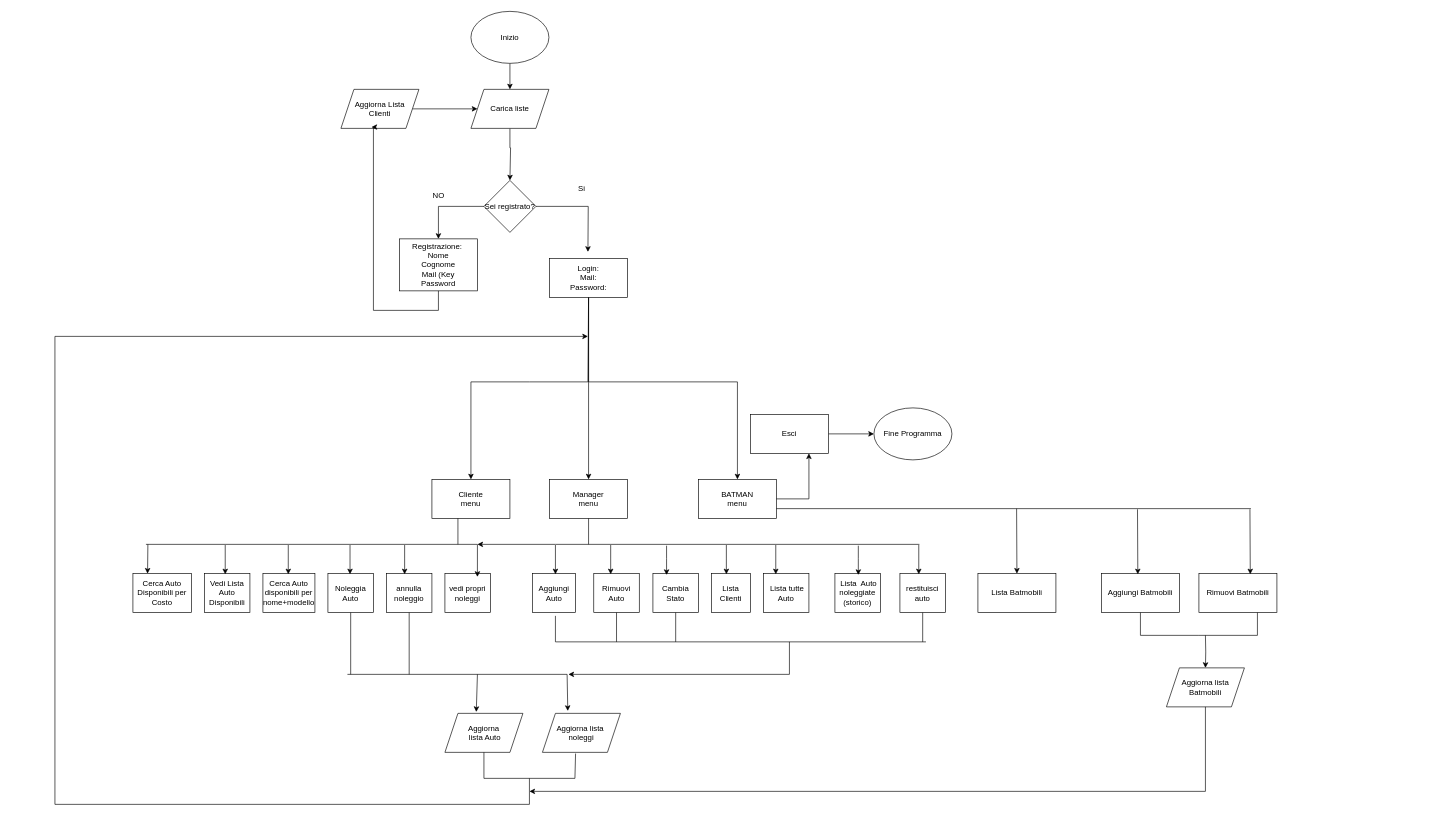
The draw.io diagram Diagramma senza titolo.drawio in Giulio-1983/Autonoleggio, before the edit. Source tidied: cells renumbered, new cells numbered last; positions are measured from the earlier drawing's top-left corner, leaving out a move shared by most shapes. Both pictures are drawn from the tidied source at 65%, with x=0, y=0 at pixel (55, 11).
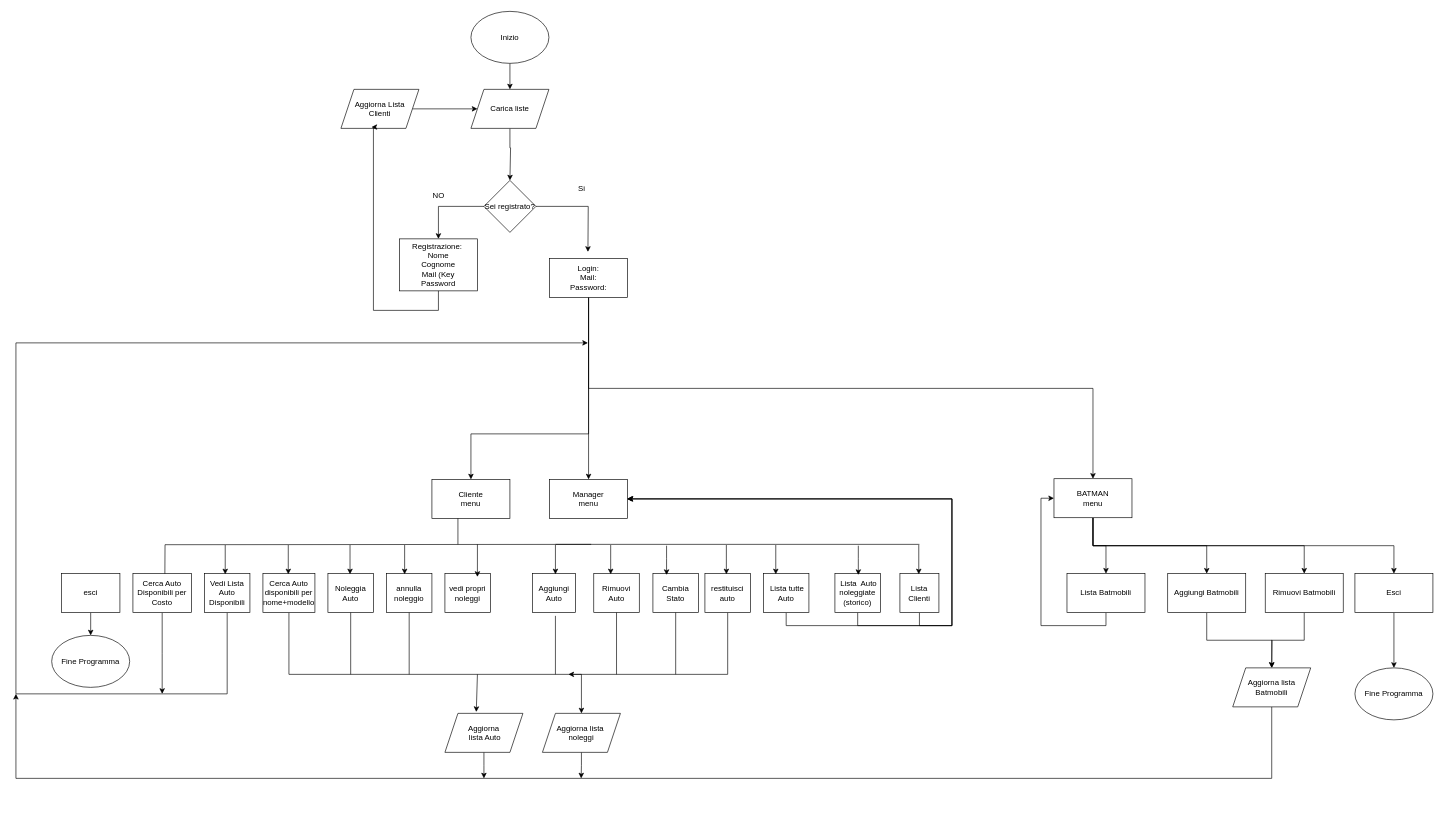
The same diagram, later.

Unchanged cells that the change refers to:
```xml
<mxCell id="12" value="Login:&lt;div&gt;Mail:&lt;/div&gt;&lt;div&gt;Password:&lt;/div&gt;" style="rounded=0;whiteSpace=wrap;html=1;" parent="1" vertex="1">
  <mxGeometry x="761" y="380" width="120" height="60" as="geometry" />
</mxCell>
<mxCell id="13" value="Cliente&lt;div&gt;menu&lt;/div&gt;" style="rounded=0;whiteSpace=wrap;html=1;" parent="1" vertex="1">
  <mxGeometry x="580" y="720" width="120" height="60" as="geometry" />
</mxCell>
<mxCell id="14" value="Manager&lt;div&gt;menu&lt;/div&gt;" style="rounded=0;whiteSpace=wrap;html=1;" parent="1" vertex="1">
  <mxGeometry x="761" y="720" width="120" height="60" as="geometry" />
</mxCell>
<mxCell id="16" value="Vedi Lista Auto&lt;div&gt;Disponibili&lt;/div&gt;" style="rounded=0;whiteSpace=wrap;html=1;" parent="1" vertex="1">
  <mxGeometry x="230" y="865" width="70" height="60" as="geometry" />
</mxCell>
<mxCell id="17" value="Cerca Auto Disponibili per Costo" style="rounded=0;whiteSpace=wrap;html=1;" parent="1" vertex="1">
  <mxGeometry x="120" y="865" width="90" height="60" as="geometry" />
</mxCell>
<mxCell id="18" value="Cerca Auto disponibili per nome+modello" style="rounded=0;whiteSpace=wrap;html=1;" parent="1" vertex="1">
  <mxGeometry x="320" y="865" width="80" height="60" as="geometry" />
</mxCell>
<mxCell id="21" value="Rimuovi Auto" style="rounded=0;whiteSpace=wrap;html=1;" parent="1" vertex="1">
  <mxGeometry x="829" y="865" width="70" height="60" as="geometry" />
</mxCell>
<mxCell id="22" value="Cambia Stato" style="rounded=0;whiteSpace=wrap;html=1;" parent="1" vertex="1">
  <mxGeometry x="920" y="865" width="70" height="60" as="geometry" />
</mxCell>
<mxCell id="24" value="&amp;nbsp;Lista tutte Auto" style="rounded=0;whiteSpace=wrap;html=1;" parent="1" vertex="1">
  <mxGeometry x="1090" y="865" width="70" height="60" as="geometry" />
</mxCell>
<mxCell id="35" value="Aggiorna&lt;div&gt;&amp;nbsp;lista Auto&lt;/div&gt;" style="shape=parallelogram;perimeter=parallelogramPerimeter;whiteSpace=wrap;html=1;fixedSize=1;" parent="1" vertex="1">
  <mxGeometry x="600" y="1080" width="120" height="60" as="geometry" />
</mxCell>
<mxCell id="42" value="Aggiorna lista&amp;nbsp;&lt;div&gt;noleggi&lt;/div&gt;" style="shape=parallelogram;perimeter=parallelogramPerimeter;whiteSpace=wrap;html=1;fixedSize=1;" parent="1" vertex="1">
  <mxGeometry x="750" y="1080" width="120" height="60" as="geometry" />
</mxCell>
<mxCell id="43" value="&amp;nbsp;Lista&amp;nbsp; Auto noleggiate&lt;div&gt;(storico)&lt;/div&gt;" style="rounded=0;whiteSpace=wrap;html=1;" parent="1" vertex="1">
  <mxGeometry x="1200" y="865" width="70" height="60" as="geometry" />
</mxCell>
```

Change to the diagram source:
```diff
@@
+    <mxCell id="44" style="edgeStyle=orthogonalEdgeStyle;rounded=0;jettySize=auto;html=1;exitX=0.5;exitY=1;exitDx=0;exitDy=0;entryX=0.5;entryY=0;entryDx=0;entryDy=0;" parent="1" edge="1" source="12" target="13">
+      <mxGeometry relative="1" as="geometry">
+        <Array as="points">
+          <mxPoint x="821" y="650" />
+          <mxPoint x="640" y="650" />
+        </Array>
+      </mxGeometry>
+    </mxCell>
-    <mxCell id="10" style="edgeStyle=orthogonalEdgeStyle;rounded=0;jettySize=auto;html=1;entryX=0.5;entryY=0;entryDx=0;entryDy=0;" parent="1" edge="1" source="12" target="14">
+    <mxCell id="10" style="edgeStyle=orthogonalEdgeStyle;rounded=0;jettySize=auto;html=1;exitX=0.5;exitY=1;exitDx=0;exitDy=0;entryX=0.5;entryY=0;entryDx=0;entryDy=0;" parent="1" edge="1" source="12" target="14">
       <mxGeometry relative="1" as="geometry" />
     </mxCell>
-    <mxCell id="11" style="edgeStyle=orthogonalEdgeStyle;rounded=0;jettySize=auto;html=1;entryX=0.5;entryY=0;entryDx=0;entryDy=0;exitX=0.5;exitY=1;exitDx=0;exitDy=0;" parent="1" edge="1" source="12" target="15">
+    <mxCell id="11" style="edgeStyle=orthogonalEdgeStyle;rounded=0;jettySize=auto;html=1;" parent="1" edge="1" source="12" target="15">
       <mxGeometry relative="1" as="geometry">
         <Array as="points">
-          <mxPoint x="821" y="570" />
-          <mxPoint x="1050" y="570" />
+          <mxPoint x="821" y="580" />
+          <mxPoint x="1597" y="580" />
         </Array>
       </mxGeometry>
     </mxCell>
@@
+    <mxCell id="86" style="edgeStyle=orthogonalEdgeStyle;rounded=0;orthogonalLoop=1;jettySize=auto;html=1;exitX=0.5;exitY=1;exitDx=0;exitDy=0;entryX=0.5;entryY=0;entryDx=0;entryDy=0;" parent="1" edge="1">
+      <mxGeometry relative="1" as="geometry">
+        <mxPoint x="825" y="820" as="sourcePoint" />
+        <mxPoint x="168.9" y="905" as="targetPoint" />
+      </mxGeometry>
+    </mxCell>
@@
+    <mxCell id="87" style="edgeStyle=orthogonalEdgeStyle;rounded=0;jettySize=auto;html=1;exitX=0.5;exitY=1;exitDx=0;exitDy=0;" parent="1" edge="1" source="15" target="28">
+      <mxGeometry relative="1" as="geometry" />
+    </mxCell>
+    <mxCell id="88" style="edgeStyle=orthogonalEdgeStyle;rounded=0;jettySize=auto;html=1;exitX=0.5;exitY=1;exitDx=0;exitDy=0;" parent="1" edge="1" source="15" target="25">
+      <mxGeometry relative="1" as="geometry" />
+    </mxCell>
+    <mxCell id="89" style="edgeStyle=orthogonalEdgeStyle;rounded=0;jettySize=auto;html=1;exitX=0.5;exitY=1;exitDx=0;exitDy=0;entryX=0.5;entryY=0;entryDx=0;entryDy=0;" parent="1" edge="1" source="15" target="26">
+      <mxGeometry relative="1" as="geometry" />
+    </mxCell>
+    <mxCell id="63" style="edgeStyle=orthogonalEdgeStyle;rounded=0;jettySize=auto;html=1;exitX=0.5;exitY=1;exitDx=0;exitDy=0;" parent="1" edge="1" source="15" target="37">
+      <mxGeometry relative="1" as="geometry" />
+    </mxCell>
     <mxCell id="15" value="BATMAN&lt;div&gt;menu&lt;/div&gt;" style="rounded=0;whiteSpace=wrap;html=1;" parent="1" vertex="1">
-      <mxGeometry x="990" y="720" width="120" height="60" as="geometry" />
+      <mxGeometry x="1537" y="719" width="120" height="60" as="geometry" />
     </mxCell>
+    <mxCell id="90" style="edgeStyle=orthogonalEdgeStyle;rounded=0;jettySize=auto;html=1;exitX=0.5;exitY=1;exitDx=0;exitDy=0;" parent="1" edge="1" source="16">
+      <mxGeometry relative="1" as="geometry">
+        <mxPoint x="820" y="510" as="targetPoint" />
+        <Array as="points">
+          <mxPoint x="265" y="1050" />
+          <mxPoint x="-60" y="1050" />
+          <mxPoint x="-60" y="510" />
+        </Array>
+      </mxGeometry>
+    </mxCell>
@@
+    <mxCell id="91" style="edgeStyle=orthogonalEdgeStyle;rounded=0;jettySize=auto;html=1;" parent="1" edge="1" source="17">
+      <mxGeometry relative="1" as="geometry">
+        <mxPoint x="165" y="1050" as="targetPoint" />
+      </mxGeometry>
+    </mxCell>
@@
+    <mxCell id="92" style="edgeStyle=orthogonalEdgeStyle;rounded=0;jettySize=auto;html=1;exitX=0.5;exitY=1;exitDx=0;exitDy=0;entryX=0.5;entryY=0;entryDx=0;entryDy=0;" parent="1" edge="1" source="18" target="42">
+      <mxGeometry relative="1" as="geometry">
+        <Array as="points">
+          <mxPoint x="360" y="1020" />
+          <mxPoint x="810" y="1020" />
+        </Array>
+      </mxGeometry>
+    </mxCell>
@@
+    <mxCell id="93" style="edgeStyle=orthogonalEdgeStyle;rounded=0;jettySize=auto;html=1;exitX=0.5;exitY=1;exitDx=0;exitDy=0;" parent="1" edge="1" source="23">
+      <mxGeometry relative="1" as="geometry">
+        <mxPoint x="880" y="750" as="targetPoint" />
+        <Array as="points">
+          <mxPoint x="1330" y="945" />
+          <mxPoint x="1380" y="945" />
+          <mxPoint x="1380" y="750" />
+        </Array>
+      </mxGeometry>
+    </mxCell>
     <mxCell id="23" value="Lista Clienti" style="rounded=0;whiteSpace=wrap;html=1;" parent="1" vertex="1">
-      <mxGeometry x="1010" y="865" width="60" height="60" as="geometry" />
+      <mxGeometry x="1300" y="865" width="60" height="60" as="geometry" />
     </mxCell>
+    <mxCell id="94" style="edgeStyle=orthogonalEdgeStyle;rounded=0;jettySize=auto;html=1;exitX=0.5;exitY=1;exitDx=0;exitDy=0;entryX=1;entryY=0.5;entryDx=0;entryDy=0;" parent="1" edge="1" source="24" target="14">
+      <mxGeometry relative="1" as="geometry">
+        <Array as="points">
+          <mxPoint x="1125" y="945" />
+          <mxPoint x="1380" y="945" />
+          <mxPoint x="1380" y="750" />
+        </Array>
+      </mxGeometry>
+    </mxCell>
@@
+    <mxCell id="95" style="edgeStyle=orthogonalEdgeStyle;rounded=0;jettySize=auto;html=1;exitX=0.5;exitY=1;exitDx=0;exitDy=0;entryX=0;entryY=0.5;entryDx=0;entryDy=0;" parent="1" edge="1" source="25" target="15">
+      <mxGeometry relative="1" as="geometry" />
+    </mxCell>
     <mxCell id="25" value="Lista Batmobili" style="rounded=0;whiteSpace=wrap;html=1;" parent="1" vertex="1">
-      <mxGeometry x="1420" y="865" width="120" height="60" as="geometry" />
+      <mxGeometry x="1557" y="865" width="120" height="60" as="geometry" />
     </mxCell>
+    <mxCell id="96" style="edgeStyle=orthogonalEdgeStyle;rounded=0;jettySize=auto;html=1;exitX=0.5;exitY=1;exitDx=0;exitDy=0;" parent="1" edge="1" source="26">
+      <mxGeometry relative="1" as="geometry">
+        <mxPoint x="1872" y="1010" as="targetPoint" />
+      </mxGeometry>
+    </mxCell>
     <mxCell id="26" value="Aggiungi Batmobili" style="rounded=0;whiteSpace=wrap;html=1;" parent="1" vertex="1">
-      <mxGeometry x="1610" y="865" width="120" height="60" as="geometry" />
+      <mxGeometry x="1712" y="865" width="120" height="60" as="geometry" />
     </mxCell>
-    <mxCell id="27" style="edgeStyle=orthogonalEdgeStyle;rounded=0;jettySize=auto;html=1;" parent="1" edge="1" target="34">
-      <mxGeometry relative="1" as="geometry">
-        <mxPoint x="1770" y="960" as="sourcePoint" />
-      </mxGeometry>
-    </mxCell>
+    <mxCell id="97" style="edgeStyle=orthogonalEdgeStyle;rounded=0;jettySize=auto;html=1;exitX=0.5;exitY=1;exitDx=0;exitDy=0;" parent="1" edge="1" source="28" target="34">
+      <mxGeometry relative="1" as="geometry" />
+    </mxCell>
     <mxCell id="28" value="Rimuovi Batmobili" style="rounded=0;whiteSpace=wrap;html=1;" parent="1" vertex="1">
-      <mxGeometry x="1760" y="865" width="120" height="60" as="geometry" />
+      <mxGeometry x="1862" y="865" width="120" height="60" as="geometry" />
     </mxCell>
@@
+    <mxCell id="98" style="edgeStyle=orthogonalEdgeStyle;rounded=0;jettySize=auto;html=1;" parent="1" edge="1" source="34">
+      <mxGeometry relative="1" as="geometry">
+        <mxPoint x="-60" y="1050" as="targetPoint" />
+        <Array as="points">
+          <mxPoint x="1872" y="1180" />
+          <mxPoint x="-60" y="1180" />
+        </Array>
+      </mxGeometry>
+    </mxCell>
     <mxCell id="34" value="Aggiorna lista&lt;div&gt;Batmobili&lt;/div&gt;" style="shape=parallelogram;perimeter=parallelogramPerimeter;whiteSpace=wrap;html=1;fixedSize=1;" parent="1" vertex="1">
-      <mxGeometry x="1710" y="1010" width="120" height="60" as="geometry" />
+      <mxGeometry x="1812" y="1010" width="120" height="60" as="geometry" />
     </mxCell>
+    <mxCell id="99" style="edgeStyle=orthogonalEdgeStyle;rounded=0;jettySize=auto;html=1;" parent="1" edge="1" source="35">
+      <mxGeometry relative="1" as="geometry">
+        <mxPoint x="660" y="1180" as="targetPoint" />
+      </mxGeometry>
+    </mxCell>
@@
-    <mxCell id="36" style="edgeStyle=orthogonalEdgeStyle;rounded=0;jettySize=auto;html=1;entryX=0;entryY=0.5;entryDx=0;entryDy=0;" parent="1" edge="1" source="37" target="38">
+    <mxCell id="36" style="edgeStyle=orthogonalEdgeStyle;rounded=0;jettySize=auto;html=1;entryX=0.5;entryY=0;entryDx=0;entryDy=0;" parent="1" edge="1" source="37" target="38">
       <mxGeometry relative="1" as="geometry" />
     </mxCell>
     <mxCell id="37" value="Esci" style="rounded=0;whiteSpace=wrap;html=1;" parent="1" vertex="1">
-      <mxGeometry x="1070" y="620" width="120" height="60" as="geometry" />
+      <mxGeometry x="2000" y="865" width="120" height="60" as="geometry" />
     </mxCell>
     <mxCell id="38" value="Fine Programma" style="ellipse;whiteSpace=wrap;html=1;" parent="1" vertex="1">
-      <mxGeometry x="1260" y="610" width="120" height="80" as="geometry" />
+      <mxGeometry x="2000" y="1010" width="120" height="80" as="geometry" />
     </mxCell>
+    <mxCell id="100" style="edgeStyle=orthogonalEdgeStyle;rounded=0;jettySize=auto;html=1;exitX=0.5;exitY=1;exitDx=0;exitDy=0;" parent="1" edge="1" source="39">
+      <mxGeometry relative="1" as="geometry">
+        <mxPoint x="790" y="1020" as="targetPoint" />
+        <Array as="points">
+          <mxPoint x="1035" y="1020" />
+        </Array>
+      </mxGeometry>
+    </mxCell>
     <mxCell id="39" value="restituisci auto" style="rounded=0;whiteSpace=wrap;html=1;" parent="1" vertex="1">
-      <mxGeometry x="1300" y="865" width="70" height="60" as="geometry" />
+      <mxGeometry x="1000" y="865" width="70" height="60" as="geometry" />
     </mxCell>
@@
+    <mxCell id="101" style="edgeStyle=orthogonalEdgeStyle;rounded=0;jettySize=auto;html=1;exitX=0.5;exitY=1;exitDx=0;exitDy=0;" parent="1" edge="1" source="42">
+      <mxGeometry relative="1" as="geometry">
+        <mxPoint x="809.6" y="1180" as="targetPoint" />
+      </mxGeometry>
+    </mxCell>
@@
+    <mxCell id="102" style="edgeStyle=orthogonalEdgeStyle;rounded=0;jettySize=auto;html=1;exitX=0.5;exitY=1;exitDx=0;exitDy=0;entryX=1;entryY=0.5;entryDx=0;entryDy=0;" parent="1" edge="1" source="43" target="14">
+      <mxGeometry relative="1" as="geometry">
+        <Array as="points">
+          <mxPoint x="1235" y="945" />
+          <mxPoint x="1380" y="945" />
+          <mxPoint x="1380" y="750" />
+        </Array>
+      </mxGeometry>
+    </mxCell>
@@
-    <mxCell id="44" style="endArrow=classic;html=1;rounded=0;exitX=0.5;exitY=1;exitDx=0;exitDy=0;entryX=0.5;entryY=0;entryDx=0;entryDy=0;" parent="1" edge="1" source="12" target="13">
-      <mxGeometry relative="1" as="geometry">
-        <Array as="points">
-          <mxPoint x="820" y="570" />
-          <mxPoint x="730" y="570" />
-          <mxPoint x="640" y="570" />
-        </Array>
-      </mxGeometry>
-    </mxCell>
@@
-    <mxCell id="46" style="endArrow=none;html=1;rounded=0;" parent="1" edge="1">
-      <mxGeometry relative="1" as="geometry">
-        <mxPoint x="140" y="820" as="sourcePoint" />
-        <mxPoint x="650" y="820" as="targetPoint" />
-      </mxGeometry>
-    </mxCell>
-    <mxCell id="47" style="endArrow=classic;html=1;rounded=0;entryX=0.25;entryY=0;entryDx=0;entryDy=0;" parent="1" edge="1" target="17">
-      <mxGeometry relative="1" as="geometry">
-        <mxPoint x="143" y="820" as="sourcePoint" />
-      </mxGeometry>
-    </mxCell>
@@
-    <mxCell id="53" style="endArrow=none;html=1;rounded=0;entryX=0.5;entryY=1;entryDx=0;entryDy=0;" parent="1" edge="1" target="14">
-      <mxGeometry relative="1" as="geometry">
-        <mxPoint x="821" y="820" as="sourcePoint" />
-      </mxGeometry>
-    </mxCell>
@@
-    <mxCell id="60" style="endArrow=classic;html=1;rounded=0;" parent="1" edge="1">
-      <mxGeometry relative="1" as="geometry">
-        <mxPoint x="770" y="820" as="sourcePoint" />
-        <mxPoint x="650" y="820" as="targetPoint" />
-      </mxGeometry>
-    </mxCell>
@@
-    <mxCell id="63" style="endArrow=classic;html=1;rounded=0;exitX=1;exitY=0.5;exitDx=0;exitDy=0;entryX=0.75;entryY=1;entryDx=0;entryDy=0;" parent="1" edge="1" source="15" target="37">
-      <mxGeometry relative="1" as="geometry">
-        <Array as="points">
-          <mxPoint x="1160" y="750" />
-        </Array>
-      </mxGeometry>
-    </mxCell>
-    <mxCell id="64" style="endArrow=none;html=1;rounded=0;exitX=1;exitY=0.75;exitDx=0;exitDy=0;" parent="1" edge="1" source="15">
-      <mxGeometry relative="1" as="geometry">
-        <mxPoint x="1840" y="765" as="targetPoint" />
-      </mxGeometry>
-    </mxCell>
-    <mxCell id="65" style="endArrow=classic;html=1;rounded=0;entryX=0.5;entryY=0;entryDx=0;entryDy=0;" parent="1" edge="1" target="25">
-      <mxGeometry relative="1" as="geometry">
-        <mxPoint x="1479.5" y="765" as="sourcePoint" />
-      </mxGeometry>
-    </mxCell>
-    <mxCell id="66" style="endArrow=classic;html=1;rounded=0;entryX=0.5;entryY=0;entryDx=0;entryDy=0;" parent="1" edge="1">
-      <mxGeometry relative="1" as="geometry">
-        <mxPoint x="1665.5" y="766" as="sourcePoint" />
-        <mxPoint x="1666" y="866" as="targetPoint" />
-      </mxGeometry>
-    </mxCell>
-    <mxCell id="67" style="endArrow=classic;html=1;rounded=0;entryX=0.5;entryY=0;entryDx=0;entryDy=0;" parent="1" edge="1">
-      <mxGeometry relative="1" as="geometry">
-        <mxPoint x="1838.5" y="766" as="sourcePoint" />
-        <mxPoint x="1839" y="866" as="targetPoint" />
-      </mxGeometry>
-    </mxCell>
-    <mxCell id="68" style="endArrow=none;html=1;rounded=0;" parent="1" edge="1">
-      <mxGeometry relative="1" as="geometry">
-        <mxPoint x="1670" y="960" as="sourcePoint" />
-        <mxPoint x="1850" y="960" as="targetPoint" />
-        <Array as="points">
-          <mxPoint x="1760" y="960" />
-        </Array>
-      </mxGeometry>
-    </mxCell>
-    <mxCell id="69" style="endArrow=none;html=1;rounded=0;entryX=0.5;entryY=1;entryDx=0;entryDy=0;" parent="1" edge="1" target="26">
-      <mxGeometry relative="1" as="geometry">
-        <mxPoint x="1670" y="960" as="sourcePoint" />
-      </mxGeometry>
-    </mxCell>
-    <mxCell id="70" style="endArrow=none;html=1;rounded=0;entryX=0.75;entryY=1;entryDx=0;entryDy=0;" parent="1" edge="1" target="28">
-      <mxGeometry relative="1" as="geometry">
-        <mxPoint x="1850" y="960" as="sourcePoint" />
-      </mxGeometry>
-    </mxCell>
@@
-    <mxCell id="73" style="endArrow=classic;html=1;rounded=0;entryX=0.325;entryY=-0.063;entryDx=0;entryDy=0;entryPerimeter=0;" parent="1" edge="1" target="42">
-      <mxGeometry relative="1" as="geometry">
-        <mxPoint x="450" y="1020" as="sourcePoint" />
-        <Array as="points">
-          <mxPoint x="788" y="1020" />
-        </Array>
-      </mxGeometry>
-    </mxCell>
-    <mxCell id="74" style="endArrow=none;html=1;rounded=0;" parent="1" edge="1">
-      <mxGeometry relative="1" as="geometry">
-        <mxPoint x="770" y="970" as="sourcePoint" />
-        <mxPoint x="1340" y="970" as="targetPoint" />
-      </mxGeometry>
-    </mxCell>
     <mxCell id="75" style="endArrow=none;html=1;rounded=0;" parent="1" edge="1">
       <mxGeometry relative="1" as="geometry">
-        <mxPoint x="770" y="970" as="sourcePoint" />
+        <mxPoint x="770" y="1020" as="sourcePoint" />
         <mxPoint x="770" y="930" as="targetPoint" />
       </mxGeometry>
     </mxCell>
     <mxCell id="76" style="endArrow=none;html=1;rounded=0;exitX=0.5;exitY=1;exitDx=0;exitDy=0;" parent="1" edge="1" source="21">
       <mxGeometry relative="1" as="geometry">
-        <mxPoint x="864" y="970" as="targetPoint" />
+        <mxPoint x="864" y="1020" as="targetPoint" />
       </mxGeometry>
     </mxCell>
@@
     <mxCell id="78" style="endArrow=none;html=1;rounded=0;exitX=0.5;exitY=1;exitDx=0;exitDy=0;" parent="1" edge="1" source="22">
       <mxGeometry relative="1" as="geometry">
-        <mxPoint x="955" y="970" as="targetPoint" />
+        <mxPoint x="955" y="1020" as="targetPoint" />
       </mxGeometry>
     </mxCell>
-    <mxCell id="79" style="endArrow=none;html=1;rounded=0;exitX=0.5;exitY=1;exitDx=0;exitDy=0;" parent="1" edge="1" source="39">
-      <mxGeometry relative="1" as="geometry">
-        <mxPoint x="1335" y="970" as="targetPoint" />
-      </mxGeometry>
-    </mxCell>
-    <mxCell id="80" style="endArrow=classic;html=1;rounded=0;" parent="1" edge="1">
-      <mxGeometry relative="1" as="geometry">
-        <mxPoint x="1130" y="970" as="sourcePoint" />
-        <mxPoint x="790" y="1020" as="targetPoint" />
-        <Array as="points">
-          <mxPoint x="1130" y="1020" />
-        </Array>
-      </mxGeometry>
-    </mxCell>
-    <mxCell id="81" style="endArrow=classic;html=1;rounded=0;exitX=0.5;exitY=1;exitDx=0;exitDy=0;" parent="1" edge="1" source="34">
-      <mxGeometry relative="1" as="geometry">
-        <mxPoint x="730" y="1200" as="targetPoint" />
-        <Array as="points">
-          <mxPoint x="1770" y="1200" />
-        </Array>
-      </mxGeometry>
-    </mxCell>
-    <mxCell id="82" style="endArrow=none;html=1;rounded=0;" parent="1" edge="1">
-      <mxGeometry relative="1" as="geometry">
-        <mxPoint x="660" y="1180" as="sourcePoint" />
-        <mxPoint x="800" y="1180" as="targetPoint" />
-      </mxGeometry>
-    </mxCell>
-    <mxCell id="83" style="endArrow=none;html=1;rounded=0;entryX=0.5;entryY=1;entryDx=0;entryDy=0;" parent="1" edge="1" target="35">
-      <mxGeometry relative="1" as="geometry">
-        <mxPoint x="660" y="1180" as="sourcePoint" />
-      </mxGeometry>
-    </mxCell>
-    <mxCell id="84" style="endArrow=none;html=1;rounded=0;entryX=0.425;entryY=1.03;entryDx=0;entryDy=0;entryPerimeter=0;" parent="1" edge="1" target="42">
-      <mxGeometry relative="1" as="geometry">
-        <mxPoint x="800" y="1180" as="sourcePoint" />
-      </mxGeometry>
-    </mxCell>
-    <mxCell id="85" style="endArrow=classic;html=1;rounded=0;" parent="1" edge="1">
-      <mxGeometry relative="1" as="geometry">
-        <mxPoint x="730" y="1180" as="sourcePoint" />
-        <mxPoint x="820" y="500" as="targetPoint" />
-        <Array as="points">
-          <mxPoint x="730" y="1220" />
-          <mxPoint y="1220" />
-          <mxPoint y="500" />
-        </Array>
-      </mxGeometry>
-    </mxCell>
+    <mxCell id="103" style="edgeStyle=orthogonalEdgeStyle;rounded=0;jettySize=auto;html=1;exitX=0.5;exitY=1;exitDx=0;exitDy=0;entryX=0.5;entryY=0;entryDx=0;entryDy=0;" parent="1" edge="1" source="104" target="105">
+      <mxGeometry relative="1" as="geometry" />
+    </mxCell>
+    <mxCell id="104" value="esci" style="rounded=0;whiteSpace=wrap;html=1;" parent="1" vertex="1">
+      <mxGeometry x="10" y="865" width="90" height="60" as="geometry" />
+    </mxCell>
+    <mxCell id="105" value="Fine Programma" style="ellipse;whiteSpace=wrap;html=1;" parent="1" vertex="1">
+      <mxGeometry x="-5" y="960" width="120" height="80" as="geometry" />
+    </mxCell>
```
